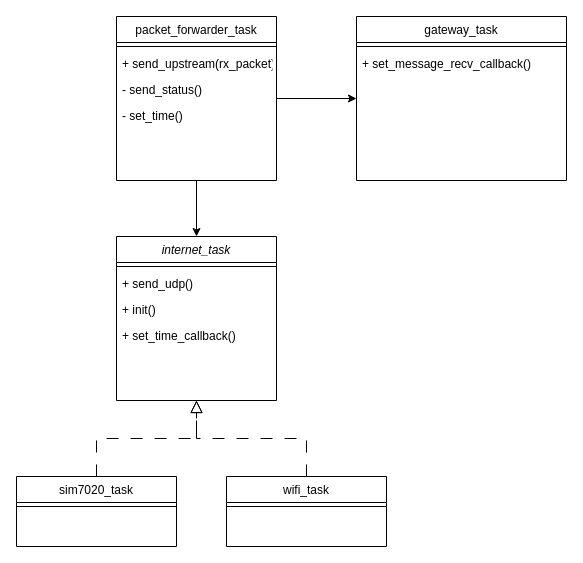
This is docs/drawio/task_overview.drawio from MariusSchmid/hekate-gateway, a draw.io file, before an edit. Source tidied: cells renumbered, new cells numbered last; positions are measured from the earlier drawing's top-left corner, leaving out a move shared by most shapes. Both pictures are drawn from the tidied source at 100%, with x=0, y=0 at pixel (16, 16).
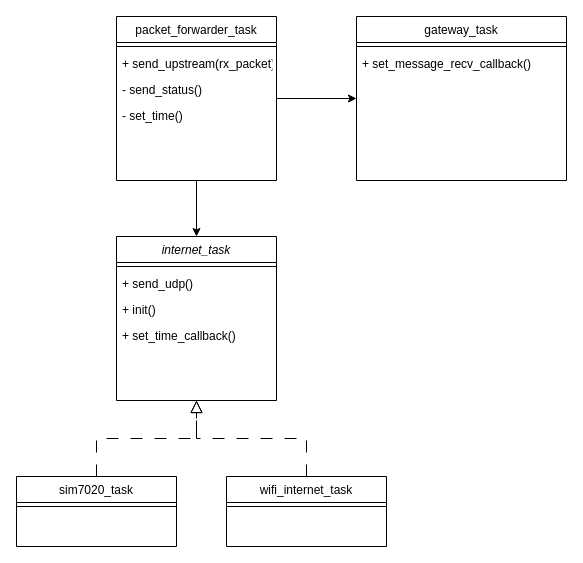
Above is the later version.

Diff of the diagram source:
```diff
@@
-    <mxCell id="11" value="wifi_task" style="swimlane;fontStyle=0;align=center;verticalAlign=top;horizontal=1;startSize=26;rounded=0;shadow=0;strokeWidth=1;" parent="1" vertex="1">
+    <mxCell id="11" value="wifi_internet_task" style="swimlane;fontStyle=0;align=center;verticalAlign=top;horizontal=1;startSize=26;rounded=0;shadow=0;strokeWidth=1;" parent="1" vertex="1">
       <mxGeometry x="210" y="460" width="160" height="70" as="geometry" />
     </mxCell>
```
